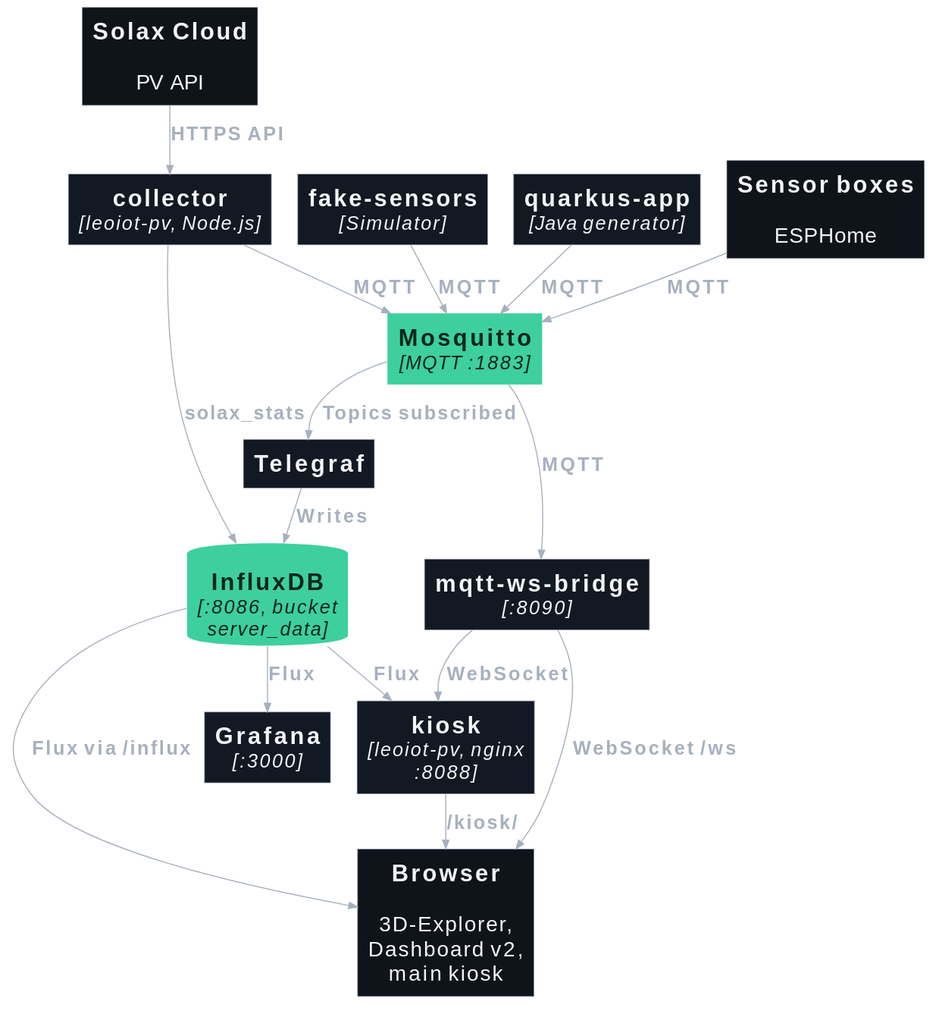
Above: src/assets/diagrams/architecture.en.dark.svg in 2526-4ahitm-itp/2526-4ahitm-leoiot-dashboard (PlantUML), before the change. Source of this version:
```plantuml
@startuml
!include <C4/C4_Container>

!if %variable_exists("THEME") && %get_variable_value("THEME") == "dark"
!$SURFACE = "#131922"
!$SOFT    = "#0f141b"
!$LINE    = "#8b95a5"
!$INK     = "#f3f4f6"
!$INK2    = "#a7b0be"
!$ACCENT  = "#3ecf9f"
!$ACCINK  = "#06261c"
!else
!$SURFACE = "#ffffff"
!$SOFT    = "#fafafa"
!$LINE    = "#6b7280"
!$INK     = "#111827"
!$INK2    = "#4b5563"
!$ACCENT  = "#0b7a5a"
!$ACCINK  = "#ffffff"
!endif

UpdateElementStyle("container", $bgColor=$SURFACE, $fontColor=$INK, $borderColor=$LINE)
UpdateElementStyle("external_system", $bgColor=$SOFT, $fontColor=$INK, $borderColor=$LINE)
AddElementTag("zentral", $bgColor=$ACCENT, $fontColor=$ACCINK, $borderColor=$ACCENT)
UpdateRelStyle($textColor=$INK2, $lineColor=$INK2)

LAYOUT_TOP_DOWN()
HIDE_STEREOTYPE()
skinparam backgroundColor transparent
skinparam shadowing false
skinparam roundCorner 8
skinparam defaultFontName sans-serif
skinparam defaultFontSize 20
skinparam rectangle {
  FontSize 20
}
skinparam database {
  FontSize 20
}
skinparam person {
  FontSize 20
}
skinparam arrow {
  FontSize 18
}
!$TECHN_FONT_SIZE = 18
skinparam ranksep 30
skinparam nodesep 25
System_Ext(sensors, "Sensor boxes", "ESPHome")
Container(fake, "fake-sensors", "Simulator")
Container(quarkus, "quarkus-app", "Java generator")
System_Ext(solaxcloud, "Solax Cloud", "PV API")

Container(mosquitto, "Mosquitto", "MQTT :1883", $tags="zentral")
Container(telegraf, "Telegraf", "")
ContainerDb(influx, "InfluxDB", ":8086, bucket server_data", $tags="zentral")
Container(bridge, "mqtt-ws-bridge", ":8090")
Container(grafana, "Grafana", ":3000")

Container(collector, "collector", "leoiot-pv, Node.js")
Container(kiosk, "kiosk", "leoiot-pv, nginx :8088")

System_Ext(browser, "Browser", "3D-Explorer, Dashboard v2, main kiosk")

Rel(sensors, mosquitto, "MQTT")
Rel(fake, mosquitto, "MQTT")
Rel(quarkus, mosquitto, "MQTT")
Rel(solaxcloud, collector, "HTTPS API")
Rel(collector, mosquitto, "MQTT")
Rel(collector, influx, "solax_stats")
Rel(mosquitto, telegraf, "Topics subscribed")
Rel(telegraf, influx, "Writes")
Rel(mosquitto, bridge, "MQTT")
Rel(bridge, browser, "WebSocket /ws")
Rel(influx, grafana, "Flux")
Rel(influx, browser, "Flux via /influx")
Rel(influx, kiosk, "Flux")
Rel(bridge, kiosk, "WebSocket")
Rel(kiosk, browser, "/kiosk/")
@enduml
```
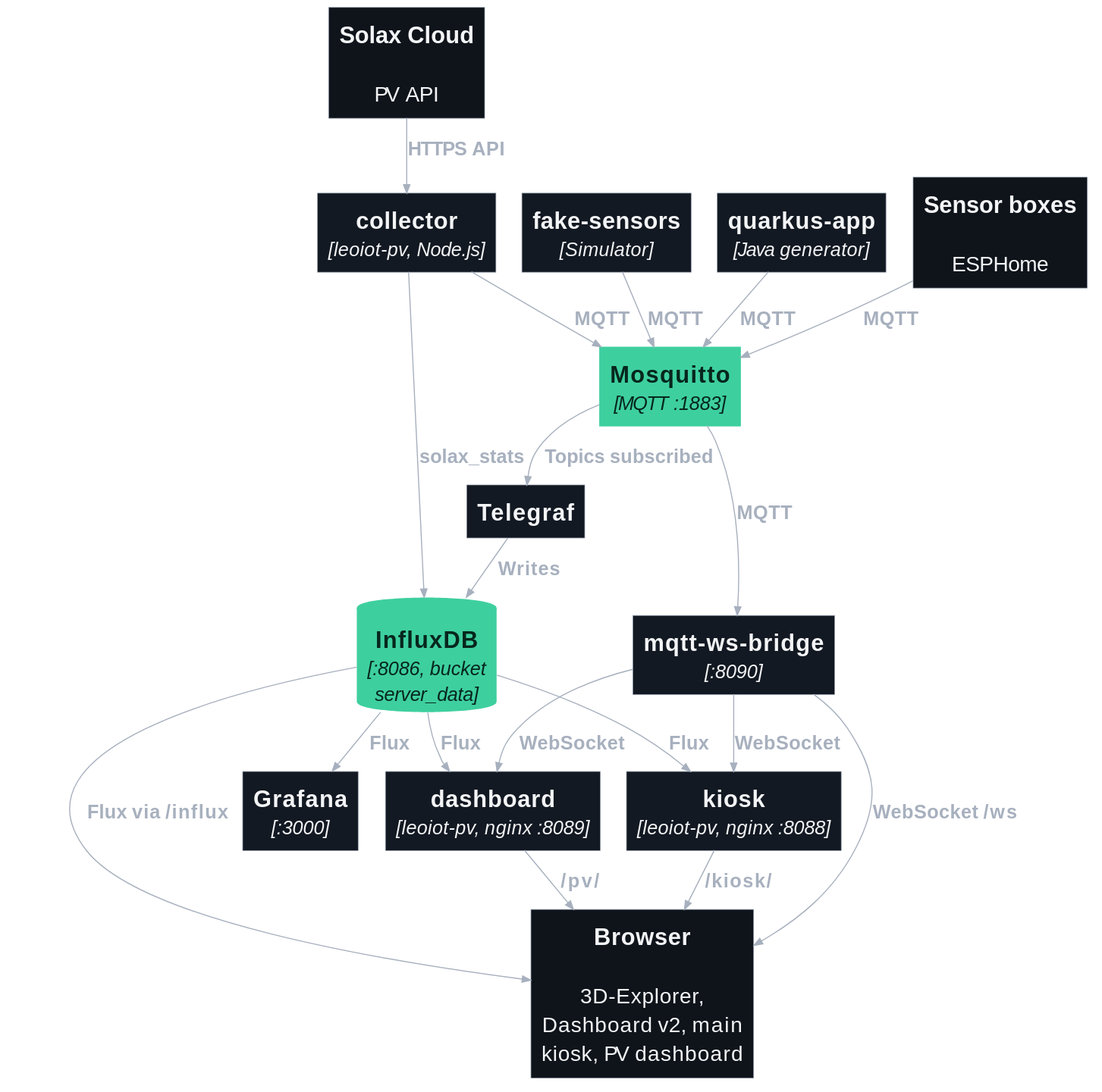
Later version of the same file.

Commit message:
docs(pv): show the dashboard in the architecture diagram

Diff of the diagram source:
```diff
@@ -59,8 +59,9 @@
 
 Container(collector, "collector", "leoiot-pv, Node.js")
 Container(kiosk, "kiosk", "leoiot-pv, nginx :8088")
+Container(dashboard, "dashboard", "leoiot-pv, nginx :8089")
 
-System_Ext(browser, "Browser", "3D-Explorer, Dashboard v2, main kiosk")
+System_Ext(browser, "Browser", "3D-Explorer, Dashboard v2, main kiosk, PV dashboard")
 
 Rel(sensors, mosquitto, "MQTT")
 Rel(fake, mosquitto, "MQTT")
@@ -76,5 +77,8 @@
 Rel(influx, browser, "Flux via /influx")
 Rel(influx, kiosk, "Flux")
 Rel(bridge, kiosk, "WebSocket")
+Rel(influx, dashboard, "Flux")
+Rel(bridge, dashboard, "WebSocket")
 Rel(kiosk, browser, "/kiosk/")
+Rel(dashboard, browser, "/pv/")
 @enduml
```
